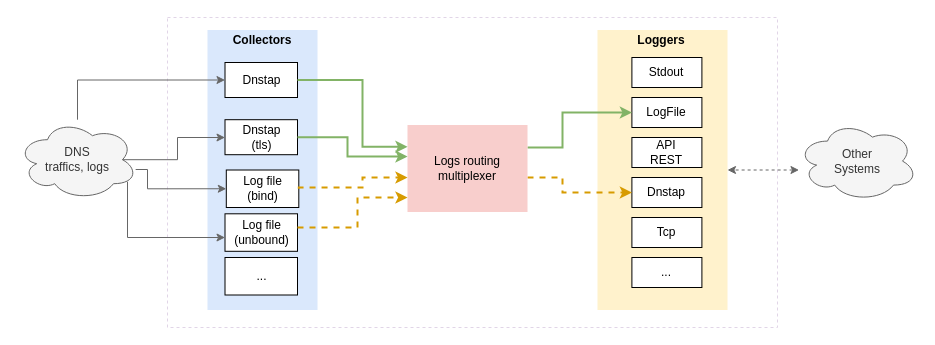
Before: doc/overview.drawio in dmachard/go-dnscollector, a draw.io diagram. Source tidied: cells renumbered, new cells numbered last; positions are measured from the earlier drawing's top-left corner, leaving out a move shared by most shapes. Both pictures are drawn from the tidied source at 100%, with x=0, y=0 at pixel (17, 17).
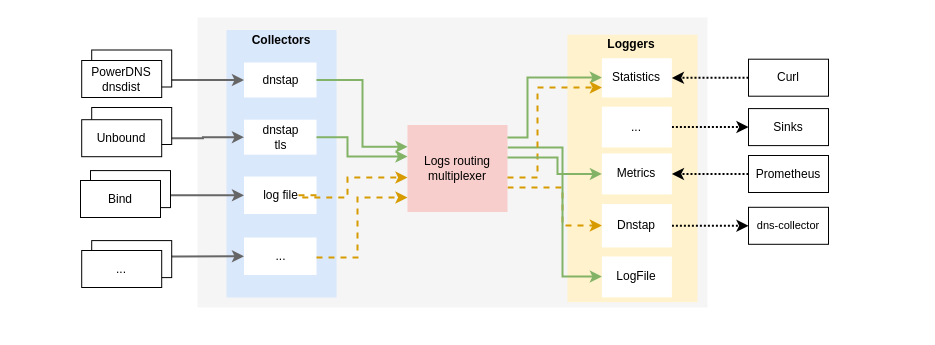
Above is the later version.

Diff of the diagram source:
```diff
@@
-    <mxCell id="2" style="rounded=0;whiteSpace=wrap;html=1;dashed=1;strokeColor=#E1D5E7;" parent="1" vertex="1">
-      <mxGeometry x="150" width="610" height="310" as="geometry" />
+    <mxCell id="2" style="rounded=0;whiteSpace=wrap;html=1;strokeColor=none;fillColor=#f5f5f5;fontColor=#333333;" parent="1" vertex="1">
+      <mxGeometry x="180" width="510" height="290" as="geometry" />
     </mxCell>
     <mxCell id="3" style="rounded=1;whiteSpace=wrap;html=1;fillColor=#dae8fc;strokeColor=none;arcSize=0;" parent="1" vertex="1">
-      <mxGeometry x="190" y="12.5" width="110" height="280" as="geometry" />
+      <mxGeometry x="209" y="12.5" width="110" height="267.5" as="geometry" />
     </mxCell>
     <mxCell id="4" value="&lt;b&gt;Collectors&lt;/b&gt;" style="text;html=1;strokeColor=none;fillColor=none;align=center;verticalAlign=middle;whiteSpace=wrap;rounded=0;" parent="1" vertex="1">
-      <mxGeometry x="225" y="12.5" width="40" height="20" as="geometry" />
+      <mxGeometry x="244" y="12.5" width="40" height="20" as="geometry" />
     </mxCell>
     <mxCell id="5" style="rounded=1;whiteSpace=wrap;html=1;fillColor=#fff2cc;strokeColor=none;arcSize=0;" parent="1" vertex="1">
-      <mxGeometry x="580" y="12.5" width="130" height="280" as="geometry" />
+      <mxGeometry x="550" y="17.2" width="130" height="267.5" as="geometry" />
     </mxCell>
     <mxCell id="6" value="&lt;b&gt;Loggers&lt;/b&gt;" style="text;html=1;strokeColor=none;fillColor=none;align=center;verticalAlign=middle;whiteSpace=wrap;rounded=0;" parent="1" vertex="1">
-      <mxGeometry x="623.8" y="12.5" width="40" height="20" as="geometry" />
+      <mxGeometry x="593.8" y="17.2" width="40" height="20" as="geometry" />
     </mxCell>
-    <mxCell id="7" value="Dnstap" style="rounded=0;whiteSpace=wrap;html=1;" parent="1" vertex="1">
-      <mxGeometry x="207.5" y="45" width="72.5" height="35" as="geometry" />
+    <mxCell id="7" value="dnstap" style="rounded=0;whiteSpace=wrap;html=1;strokeColor=none;" parent="1" vertex="1">
+      <mxGeometry x="226.5" y="45" width="72.5" height="35" as="geometry" />
     </mxCell>
-    <mxCell id="8" value="Stdout" style="rounded=0;whiteSpace=wrap;html=1;" parent="1" vertex="1">
-      <mxGeometry x="614.4" y="40" width="70" height="30" as="geometry" />
+    <mxCell id="8" value="Statistics" style="rounded=0;whiteSpace=wrap;html=1;strokeColor=none;" parent="1" vertex="1">
+      <mxGeometry x="584.4" y="40.8" width="70" height="39.2" as="geometry" />
     </mxCell>
-    <mxCell id="9" value="LogFile" style="rounded=0;whiteSpace=wrap;html=1;" parent="1" vertex="1">
-      <mxGeometry x="614.4" y="80" width="70" height="30" as="geometry" />
+    <mxCell id="9" value="LogFile" style="rounded=0;whiteSpace=wrap;html=1;strokeColor=none;" parent="1" vertex="1">
+      <mxGeometry x="584.4" y="238.9" width="70" height="41" as="geometry" />
     </mxCell>
-    <mxCell id="10" value="API&lt;br&gt;REST" style="rounded=0;whiteSpace=wrap;html=1;" parent="1" vertex="1">
-      <mxGeometry x="614.4" y="120" width="70" height="30" as="geometry" />
+    <mxCell id="10" value="Metrics" style="rounded=0;whiteSpace=wrap;html=1;strokeColor=none;" parent="1" vertex="1">
+      <mxGeometry x="584.4" y="135.9" width="70" height="41" as="geometry" />
     </mxCell>
+    <mxCell id="32" style="edgeStyle=orthogonalEdgeStyle;rounded=0;jettySize=auto;html=1;strokeWidth=2;dashed=1;dashPattern=1 1;" parent="1" edge="1" source="11" target="46">
+      <mxGeometry relative="1" as="geometry" />
+    </mxCell>
-    <mxCell id="11" value="Dnstap" style="rounded=0;whiteSpace=wrap;html=1;" parent="1" vertex="1">
-      <mxGeometry x="614.4" y="160" width="70" height="30" as="geometry" />
+    <mxCell id="11" value="Dnstap" style="rounded=0;whiteSpace=wrap;html=1;strokeColor=none;" parent="1" vertex="1">
+      <mxGeometry x="584.4" y="186.5" width="70" height="43.5" as="geometry" />
     </mxCell>
-    <mxCell id="12" style="edgeStyle=orthogonalEdgeStyle;rounded=0;jettySize=auto;html=1;entryX=0;entryY=0.5;entryDx=0;entryDy=0;fillColor=#f5f5f5;strokeColor=#666666;" parent="1" edge="1" source="13" target="7">
+    <mxCell id="12" style="edgeStyle=orthogonalEdgeStyle;rounded=0;jettySize=auto;html=1;entryX=0;entryY=0.5;entryDx=0;entryDy=0;fillColor=#f5f5f5;strokeColor=#666666;strokeWidth=2;" parent="1" edge="1" source="35" target="7">
       <mxGeometry relative="1" as="geometry">
         <Array as="points">
-          <mxPoint x="60" y="63" />
+          <mxPoint x="100" y="64" />
+          <mxPoint x="100" y="62" />
         </Array>
       </mxGeometry>
     </mxCell>
-    <mxCell id="13" value="DNS&lt;br&gt;traffics, logs" style="ellipse;shape=cloud;whiteSpace=wrap;html=1;fillColor=#f5f5f5;fontColor=#333333;strokeColor=#666666;" parent="1" vertex="1">
-      <mxGeometry y="102.2" width="120" height="80" as="geometry" />
-    </mxCell>
-    <mxCell id="14" style="edgeStyle=orthogonalEdgeStyle;rounded=0;jettySize=auto;html=1;entryX=1;entryY=0.5;entryDx=0;entryDy=0;startArrow=classic;startFill=1;dashed=1;fillColor=#f5f5f5;strokeColor=#666666;" parent="1" edge="1" source="15" target="5">
-      <mxGeometry relative="1" as="geometry">
-        <Array as="points">
-          <mxPoint x="754" y="153" />
-        </Array>
-      </mxGeometry>
-    </mxCell>
-    <mxCell id="15" value="Other&lt;br&gt;Systems" style="ellipse;shape=cloud;whiteSpace=wrap;html=1;fillColor=#f5f5f5;fontColor=#333333;strokeColor=#666666;" parent="1" vertex="1">
-      <mxGeometry x="780" y="103.6" width="120" height="80" as="geometry" />
-    </mxCell>
+    <mxCell id="33" style="edgeStyle=orthogonalEdgeStyle;rounded=0;jettySize=auto;html=1;entryX=0;entryY=0.5;entryDx=0;entryDy=0;strokeWidth=2;dashed=1;dashPattern=1 1;" parent="1" edge="1" source="16" target="45">
+      <mxGeometry relative="1" as="geometry" />
+    </mxCell>
-    <mxCell id="16" value="..." style="rounded=0;whiteSpace=wrap;html=1;" parent="1" vertex="1">
-      <mxGeometry x="614.4" y="240" width="70" height="30" as="geometry" />
+    <mxCell id="16" value="..." style="rounded=0;whiteSpace=wrap;html=1;strokeColor=none;" parent="1" vertex="1">
+      <mxGeometry x="584.4" y="89.2" width="70" height="40.8" as="geometry" />
     </mxCell>
-    <mxCell id="17" value="Tcp" style="rounded=0;whiteSpace=wrap;html=1;" parent="1" vertex="1">
-      <mxGeometry x="614.4" y="200" width="70" height="30" as="geometry" />
-    </mxCell>
-    <mxCell id="18" value="&lt;div&gt;Log file&lt;/div&gt;&lt;div&gt;(bind)&lt;br&gt;&lt;/div&gt;" style="rounded=0;whiteSpace=wrap;html=1;" parent="1" vertex="1">
-      <mxGeometry x="208.8" y="152.5" width="72.5" height="37.5" as="geometry" />
+    <mxCell id="18" value="&lt;div&gt;log file&lt;/div&gt;" style="rounded=0;whiteSpace=wrap;html=1;strokeColor=none;" parent="1" vertex="1">
+      <mxGeometry x="226.5" y="159" width="72.5" height="37.5" as="geometry" />
     </mxCell>
-    <mxCell id="19" value="..." style="rounded=0;whiteSpace=wrap;html=1;" parent="1" vertex="1">
-      <mxGeometry x="207.5" y="240" width="72.5" height="37.5" as="geometry" />
+    <mxCell id="19" value="..." style="rounded=0;whiteSpace=wrap;html=1;strokeColor=none;" parent="1" vertex="1">
+      <mxGeometry x="226.5" y="220" width="72.5" height="37.5" as="geometry" />
     </mxCell>
     <mxCell id="20" style="edgeStyle=orthogonalEdgeStyle;rounded=0;jettySize=auto;html=1;fillColor=#ffe6cc;strokeColor=#d79b00;strokeWidth=2;dashed=1;" parent="1" edge="1" source="22" target="11">
       <mxGeometry relative="1" as="geometry">
         <Array as="points">
-          <mxPoint x="545" y="160" />
-          <mxPoint x="545" y="175" />
+          <mxPoint x="545" y="170" />
+          <mxPoint x="545" y="208" />
         </Array>
       </mxGeometry>
     </mxCell>
-    <mxCell id="21" style="edgeStyle=orthogonalEdgeStyle;rounded=0;jettySize=auto;html=1;entryX=0;entryY=0.5;entryDx=0;entryDy=0;fillColor=#d5e8d4;strokeColor=#82b366;strokeWidth=2;" parent="1" edge="1" source="22" target="9">
+    <mxCell id="21" style="edgeStyle=orthogonalEdgeStyle;rounded=0;jettySize=auto;html=1;fillColor=#d5e8d4;strokeColor=#82b366;strokeWidth=2;" parent="1" edge="1" source="22" target="9">
       <mxGeometry relative="1" as="geometry">
         <Array as="points">
           <mxPoint x="545" y="130" />
-          <mxPoint x="545" y="95" />
+          <mxPoint x="545" y="259" />
         </Array>
       </mxGeometry>
     </mxCell>
     <mxCell id="22" value="&lt;div&gt;Logs routing&lt;/div&gt;&lt;div&gt;multiplexer&lt;/div&gt;" style="rounded=0;whiteSpace=wrap;html=1;fillColor=#f8cecc;strokeColor=none;" parent="1" vertex="1">
-      <mxGeometry x="390" y="107.5" width="120" height="87" as="geometry" />
+      <mxGeometry x="390" y="107.5" width="100" height="87" as="geometry" />
     </mxCell>
@@
-    <mxCell id="24" value="&lt;div&gt;Dnstap&lt;/div&gt;&lt;div&gt;(tls)&lt;br&gt;&lt;/div&gt;" style="rounded=0;whiteSpace=wrap;html=1;" parent="1" vertex="1">
-      <mxGeometry x="207.5" y="102.2" width="72.5" height="35" as="geometry" />
+    <mxCell id="24" value="&lt;div&gt;dnstap&lt;/div&gt;&lt;div&gt;tls&lt;br&gt;&lt;/div&gt;" style="rounded=0;whiteSpace=wrap;html=1;strokeColor=none;" parent="1" vertex="1">
+      <mxGeometry x="226.5" y="102.2" width="72.5" height="35" as="geometry" />
     </mxCell>
@@
-    <mxCell id="26" value="&lt;div&gt;Log file&lt;/div&gt;&lt;div&gt;(unbound)&lt;br&gt;&lt;/div&gt;" style="rounded=0;whiteSpace=wrap;html=1;" parent="1" vertex="1">
-      <mxGeometry x="207.5" y="196.3" width="72.5" height="37.5" as="geometry" />
-    </mxCell>
     <mxCell id="27" style="edgeStyle=orthogonalEdgeStyle;rounded=0;jettySize=auto;html=1;exitX=1;exitY=0.5;exitDx=0;exitDy=0;fillColor=#ffe6cc;strokeColor=#d79b00;strokeWidth=2;dashed=1;" parent="1" edge="1" source="18" target="22">
       <mxGeometry relative="1" as="geometry">
         <Array as="points">
-          <mxPoint x="281" y="170" />
-          <mxPoint x="345" y="170" />
-          <mxPoint x="345" y="160" />
+          <mxPoint x="281" y="178" />
+          <mxPoint x="281" y="180" />
+          <mxPoint x="330" y="180" />
+          <mxPoint x="330" y="160" />
         </Array>
       </mxGeometry>
     </mxCell>
-    <mxCell id="28" style="edgeStyle=orthogonalEdgeStyle;rounded=0;jettySize=auto;html=1;fillColor=#ffe6cc;strokeColor=#d79b00;strokeWidth=2;dashed=1;" parent="1" edge="1" source="26" target="22">
+    <mxCell id="28" style="edgeStyle=orthogonalEdgeStyle;rounded=0;jettySize=auto;html=1;fillColor=#ffe6cc;strokeColor=#d79b00;strokeWidth=2;dashed=1;" parent="1" edge="1" source="19" target="22">
       <mxGeometry relative="1" as="geometry">
         <Array as="points">
-          <mxPoint x="340" y="210" />
+          <mxPoint x="340" y="240" />
           <mxPoint x="340" y="180" />
         </Array>
       </mxGeometry>
     </mxCell>
-    <mxCell id="29" style="edgeStyle=orthogonalEdgeStyle;rounded=0;jettySize=auto;html=1;exitX=0.875;exitY=0.5;exitDx=0;exitDy=0;exitPerimeter=0;fillColor=#f5f5f5;strokeColor=#666666;" parent="1" edge="1" source="13" target="24">
-      <mxGeometry relative="1" as="geometry">
-        <Array as="points">
-          <mxPoint x="160" y="142" />
-          <mxPoint x="160" y="120" />
-        </Array>
-      </mxGeometry>
+    <mxCell id="29" style="edgeStyle=orthogonalEdgeStyle;rounded=0;jettySize=auto;html=1;fillColor=#f5f5f5;strokeColor=#666666;strokeWidth=2;" parent="1" edge="1" source="37" target="24">
+      <mxGeometry relative="1" as="geometry" />
     </mxCell>
-    <mxCell id="30" style="edgeStyle=orthogonalEdgeStyle;rounded=0;jettySize=auto;html=1;entryX=0;entryY=0.5;entryDx=0;entryDy=0;fillColor=#f5f5f5;strokeColor=#666666;" parent="1" edge="1" source="13" target="18">
+    <mxCell id="30" style="edgeStyle=orthogonalEdgeStyle;rounded=0;jettySize=auto;html=1;entryX=0;entryY=0.5;entryDx=0;entryDy=0;fillColor=#f5f5f5;strokeColor=#666666;strokeWidth=2;" parent="1" edge="1" source="39" target="18">
       <mxGeometry relative="1" as="geometry">
         <Array as="points">
-          <mxPoint x="130" y="152" />
-          <mxPoint x="130" y="171" />
+          <mxPoint x="88.8" y="177.5" />
+          <mxPoint x="88.8" y="177.5" />
         </Array>
       </mxGeometry>
     </mxCell>
-    <mxCell id="31" style="edgeStyle=orthogonalEdgeStyle;rounded=0;jettySize=auto;html=1;fillColor=#f5f5f5;strokeColor=#666666;" parent="1" edge="1" source="13" target="26">
-      <mxGeometry relative="1" as="geometry">
-        <Array as="points">
-          <mxPoint x="110" y="220" />
-        </Array>
-      </mxGeometry>
-    </mxCell>
+    <mxCell id="34" style="rounded=0;whiteSpace=wrap;html=1;" parent="1" vertex="1">
+      <mxGeometry x="74.2" y="32.5" width="80" height="37" as="geometry" />
+    </mxCell>
+    <mxCell id="35" value="&lt;div&gt;PowerDNS&lt;/div&gt;&lt;div&gt;dnsdist&lt;br&gt;&lt;/div&gt;" style="rounded=0;whiteSpace=wrap;html=1;" parent="1" vertex="1">
+      <mxGeometry x="64.2" y="43" width="80" height="37" as="geometry" />
+    </mxCell>
+    <mxCell id="36" style="rounded=0;whiteSpace=wrap;html=1;" parent="1" vertex="1">
+      <mxGeometry x="74.2" y="90" width="80" height="37" as="geometry" />
+    </mxCell>
+    <mxCell id="37" value="Unbound" style="rounded=0;whiteSpace=wrap;html=1;" parent="1" vertex="1">
+      <mxGeometry x="64.2" y="102.2" width="80" height="37" as="geometry" />
+    </mxCell>
+    <mxCell id="38" style="rounded=0;whiteSpace=wrap;html=1;" parent="1" vertex="1">
+      <mxGeometry x="73" y="153.1" width="80" height="37" as="geometry" />
+    </mxCell>
+    <mxCell id="39" value="Bind" style="rounded=0;whiteSpace=wrap;html=1;" parent="1" vertex="1">
+      <mxGeometry x="63" y="163" width="80" height="37" as="geometry" />
+    </mxCell>
+    <mxCell id="40" style="edgeStyle=orthogonalEdgeStyle;rounded=0;jettySize=auto;html=1;entryX=0;entryY=0.5;entryDx=0;entryDy=0;fillColor=#f5f5f5;strokeColor=#666666;strokeWidth=2;" parent="1" edge="1" source="42" target="19">
+      <mxGeometry relative="1" as="geometry">
+        <Array as="points">
+          <mxPoint x="160" y="239" />
+          <mxPoint x="160" y="239" />
+        </Array>
+      </mxGeometry>
+    </mxCell>
+    <mxCell id="41" style="rounded=0;whiteSpace=wrap;html=1;" parent="1" vertex="1">
+      <mxGeometry x="74.2" y="223.1" width="80" height="37" as="geometry" />
+    </mxCell>
+    <mxCell id="42" value="..." style="rounded=0;whiteSpace=wrap;html=1;" parent="1" vertex="1">
+      <mxGeometry x="64.2" y="233" width="80" height="37" as="geometry" />
+    </mxCell>
+    <mxCell id="43" style="edgeStyle=orthogonalEdgeStyle;rounded=0;jettySize=auto;html=1;fillColor=#d5e8d4;strokeColor=#82b366;strokeWidth=2;" parent="1" edge="1" source="22" target="8">
+      <mxGeometry relative="1" as="geometry">
+        <Array as="points">
+          <mxPoint x="510" y="120" />
+          <mxPoint x="510" y="60" />
+        </Array>
+      </mxGeometry>
+    </mxCell>
+    <mxCell id="44" style="edgeStyle=orthogonalEdgeStyle;rounded=0;jettySize=auto;html=1;fillColor=#ffe6cc;strokeColor=#d79b00;strokeWidth=2;dashed=1;" parent="1" edge="1" source="22" target="8">
+      <mxGeometry relative="1" as="geometry">
+        <Array as="points">
+          <mxPoint x="520" y="160" />
+          <mxPoint x="520" y="70" />
+        </Array>
+      </mxGeometry>
+    </mxCell>
+    <mxCell id="45" value="Sinks" style="rounded=0;whiteSpace=wrap;html=1;" parent="1" vertex="1">
+      <mxGeometry x="731" y="91.1" width="80" height="37" as="geometry" />
+    </mxCell>
+    <mxCell id="46" value="&lt;div style=&quot;font-size: 11px;&quot;&gt;&lt;font style=&quot;font-size: 11px;&quot;&gt;dns-collector&lt;br&gt;&lt;/font&gt;&lt;/div&gt;" style="rounded=0;whiteSpace=wrap;html=1;" parent="1" vertex="1">
+      <mxGeometry x="731" y="189.8" width="80" height="37" as="geometry" />
+    </mxCell>
+    <mxCell id="47" style="edgeStyle=orthogonalEdgeStyle;rounded=0;jettySize=auto;html=1;strokeWidth=2;dashed=1;dashPattern=1 1;" parent="1" edge="1" source="48" target="8">
+      <mxGeometry relative="1" as="geometry" />
+    </mxCell>
+    <mxCell id="48" value="Curl" style="rounded=0;whiteSpace=wrap;html=1;" parent="1" vertex="1">
+      <mxGeometry x="731" y="41.7" width="80" height="37" as="geometry" />
+    </mxCell>
+    <mxCell id="49" style="edgeStyle=orthogonalEdgeStyle;rounded=0;jettySize=auto;html=1;strokeWidth=2;dashed=1;dashPattern=1 1;" parent="1" edge="1" source="50" target="10">
+      <mxGeometry relative="1" as="geometry" />
+    </mxCell>
+    <mxCell id="50" value="Prometheus" style="rounded=0;whiteSpace=wrap;html=1;" parent="1" vertex="1">
+      <mxGeometry x="731" y="138" width="80" height="37" as="geometry" />
+    </mxCell>
+    <mxCell id="51" style="edgeStyle=orthogonalEdgeStyle;rounded=0;jettySize=auto;html=1;entryX=0;entryY=0.5;entryDx=0;entryDy=0;fillColor=#d5e8d4;strokeColor=#82b366;strokeWidth=2;" parent="1" edge="1" source="22" target="10">
+      <mxGeometry relative="1" as="geometry">
+        <Array as="points">
+          <mxPoint x="540" y="140" />
+          <mxPoint x="540" y="156" />
+          <mxPoint x="584" y="156" />
+        </Array>
+      </mxGeometry>
+    </mxCell>
```
